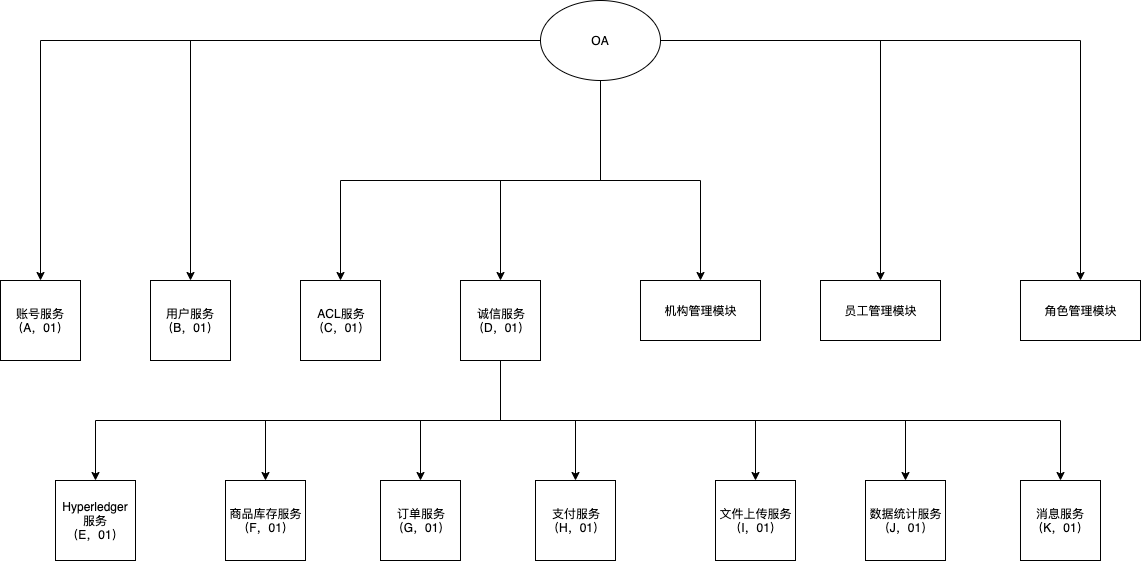
Earlier version of the draw.io export docs/credit/imgs/service.png (evildoerX/hyperledger-credit). Source tidied: cells renumbered, new cells last; positions are measured from the earlier drawing's top-left corner, leaving out a move shared by most shapes. The source it was exported from:
```xml
<mxGraphModel>
  <root>
    <mxCell id="0" />
    <mxCell id="1" parent="0" />
    <mxCell id="2" style="edgeStyle=orthogonalEdgeStyle;rounded=0;jettySize=auto;html=1;exitX=0;exitY=0.5;exitDx=0;exitDy=0;entryX=0.5;entryY=0;entryDx=0;entryDy=0;" parent="1" edge="1" source="9" target="10">
      <mxGeometry relative="1" as="geometry" />
    </mxCell>
    <mxCell id="3" style="edgeStyle=orthogonalEdgeStyle;rounded=0;jettySize=auto;html=1;exitX=0;exitY=0.5;exitDx=0;exitDy=0;entryX=0.5;entryY=0;entryDx=0;entryDy=0;" parent="1" edge="1" source="9" target="11">
      <mxGeometry relative="1" as="geometry" />
    </mxCell>
    <mxCell id="4" style="edgeStyle=orthogonalEdgeStyle;rounded=0;jettySize=auto;html=1;exitX=0.5;exitY=1;exitDx=0;exitDy=0;" parent="1" edge="1" source="9" target="13">
      <mxGeometry relative="1" as="geometry" />
    </mxCell>
    <mxCell id="5" style="edgeStyle=orthogonalEdgeStyle;rounded=0;jettySize=auto;html=1;exitX=1;exitY=0.5;exitDx=0;exitDy=0;entryX=0.5;entryY=0;entryDx=0;entryDy=0;" parent="1" edge="1" source="9" target="14">
      <mxGeometry relative="1" as="geometry" />
    </mxCell>
    <mxCell id="6" style="edgeStyle=orthogonalEdgeStyle;rounded=0;jettySize=auto;html=1;exitX=1;exitY=0.5;exitDx=0;exitDy=0;" parent="1" edge="1" source="9" target="15">
      <mxGeometry relative="1" as="geometry" />
    </mxCell>
    <mxCell id="7" style="edgeStyle=orthogonalEdgeStyle;rounded=0;jettySize=auto;html=1;exitX=0.5;exitY=1;exitDx=0;exitDy=0;entryX=0.5;entryY=0;entryDx=0;entryDy=0;" parent="1" edge="1" source="9" target="12">
      <mxGeometry relative="1" as="geometry" />
    </mxCell>
    <mxCell id="8" style="edgeStyle=orthogonalEdgeStyle;rounded=0;jettySize=auto;html=1;exitX=0.5;exitY=1;exitDx=0;exitDy=0;" parent="1" edge="1" source="9" target="23">
      <mxGeometry relative="1" as="geometry" />
    </mxCell>
    <mxCell id="9" value="OA" style="ellipse;whiteSpace=wrap;html=1;" parent="1" vertex="1">
      <mxGeometry x="540" width="120" height="80" as="geometry" />
    </mxCell>
    <mxCell id="10" value="账号服务&lt;br&gt;（A，01）" style="whiteSpace=wrap;html=1;" parent="1" vertex="1">
      <mxGeometry y="280" width="80" height="80" as="geometry" />
    </mxCell>
    <mxCell id="11" value="用户服务&lt;br&gt;（B，01）" style="whiteSpace=wrap;html=1;" parent="1" vertex="1">
      <mxGeometry x="150" y="280" width="80" height="80" as="geometry" />
    </mxCell>
    <mxCell id="12" value="ACL服务&lt;br&gt;（C，01）" style="whiteSpace=wrap;html=1;" parent="1" vertex="1">
      <mxGeometry x="300" y="280" width="80" height="80" as="geometry" />
    </mxCell>
    <mxCell id="13" value="机构管理模块" style="rounded=0;whiteSpace=wrap;html=1;" parent="1" vertex="1">
      <mxGeometry x="640" y="280" width="120" height="60" as="geometry" />
    </mxCell>
    <mxCell id="14" value="员工管理模块" style="rounded=0;whiteSpace=wrap;html=1;" parent="1" vertex="1">
      <mxGeometry x="820" y="280" width="120" height="60" as="geometry" />
    </mxCell>
    <mxCell id="15" value="角色管理模块" style="rounded=0;whiteSpace=wrap;html=1;" parent="1" vertex="1">
      <mxGeometry x="1020" y="280" width="120" height="60" as="geometry" />
    </mxCell>
    <mxCell id="16" style="edgeStyle=orthogonalEdgeStyle;rounded=0;jettySize=auto;html=1;exitX=0.5;exitY=1;exitDx=0;exitDy=0;" parent="1" edge="1" source="23" target="24">
      <mxGeometry relative="1" as="geometry" />
    </mxCell>
    <mxCell id="17" style="edgeStyle=orthogonalEdgeStyle;rounded=0;jettySize=auto;html=1;exitX=0.5;exitY=1;exitDx=0;exitDy=0;" parent="1" edge="1" source="23" target="27">
      <mxGeometry relative="1" as="geometry" />
    </mxCell>
    <mxCell id="18" style="edgeStyle=orthogonalEdgeStyle;rounded=0;jettySize=auto;html=1;exitX=0.5;exitY=1;exitDx=0;exitDy=0;" parent="1" edge="1" source="23" target="28">
      <mxGeometry relative="1" as="geometry" />
    </mxCell>
    <mxCell id="19" style="edgeStyle=orthogonalEdgeStyle;rounded=0;jettySize=auto;html=1;exitX=0.5;exitY=1;exitDx=0;exitDy=0;" parent="1" edge="1" source="23" target="25">
      <mxGeometry relative="1" as="geometry" />
    </mxCell>
    <mxCell id="20" style="edgeStyle=orthogonalEdgeStyle;rounded=0;jettySize=auto;html=1;exitX=0.5;exitY=1;exitDx=0;exitDy=0;" parent="1" edge="1" source="23" target="26">
      <mxGeometry relative="1" as="geometry" />
    </mxCell>
    <mxCell id="21" style="edgeStyle=orthogonalEdgeStyle;rounded=0;jettySize=auto;html=1;exitX=0.5;exitY=1;exitDx=0;exitDy=0;" parent="1" edge="1" source="23" target="29">
      <mxGeometry relative="1" as="geometry" />
    </mxCell>
    <mxCell id="22" style="edgeStyle=orthogonalEdgeStyle;rounded=0;jettySize=auto;html=1;exitX=0.5;exitY=1;exitDx=0;exitDy=0;" parent="1" edge="1" source="23" target="30">
      <mxGeometry relative="1" as="geometry" />
    </mxCell>
    <mxCell id="23" value="诚信服务&lt;br&gt;（D，01）" style="whiteSpace=wrap;html=1;" parent="1" vertex="1">
      <mxGeometry x="460" y="280" width="80" height="80" as="geometry" />
    </mxCell>
    <mxCell id="24" value="Hyperledger服务&lt;br&gt;（E，01）" style="whiteSpace=wrap;html=1;" parent="1" vertex="1">
      <mxGeometry x="55" y="480" width="80" height="80" as="geometry" />
    </mxCell>
    <mxCell id="25" value="支付服务&lt;br&gt;（H，01）" style="whiteSpace=wrap;html=1;" parent="1" vertex="1">
      <mxGeometry x="535" y="480" width="80" height="80" as="geometry" />
    </mxCell>
    <mxCell id="26" value="文件上传服务&lt;br&gt;（I，01）" style="whiteSpace=wrap;html=1;" parent="1" vertex="1">
      <mxGeometry x="715" y="480" width="80" height="80" as="geometry" />
    </mxCell>
    <mxCell id="27" value="商品库存服务&lt;br&gt;（F，01）" style="whiteSpace=wrap;html=1;" parent="1" vertex="1">
      <mxGeometry x="225" y="480" width="80" height="80" as="geometry" />
    </mxCell>
    <mxCell id="28" value="订单服务&lt;br&gt;（G，01）" style="whiteSpace=wrap;html=1;" parent="1" vertex="1">
      <mxGeometry x="380" y="480" width="80" height="80" as="geometry" />
    </mxCell>
    <mxCell id="29" value="数据统计服务&lt;br&gt;（J，01）" style="whiteSpace=wrap;html=1;" parent="1" vertex="1">
      <mxGeometry x="865" y="480" width="80" height="80" as="geometry" />
    </mxCell>
    <mxCell id="30" value="消息服务&lt;br&gt;（K，01）" style="whiteSpace=wrap;html=1;" parent="1" vertex="1">
      <mxGeometry x="1020" y="480" width="80" height="80" as="geometry" />
    </mxCell>
  </root>
</mxGraphModel>
```
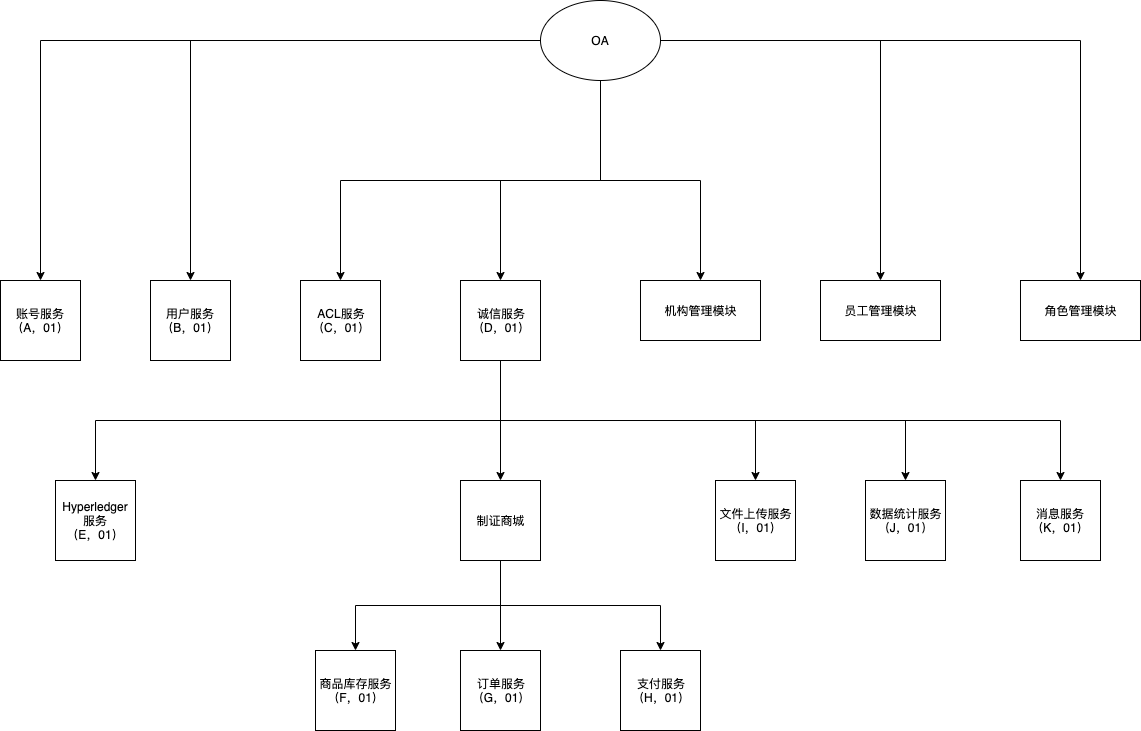
Above is the later version.

Commit message:
update 服务引用图

The edit, as a diff of the source:
```diff
@@ -47,13 +47,13 @@
     <mxCell id="16" style="edgeStyle=orthogonalEdgeStyle;rounded=0;jettySize=auto;html=1;exitX=0.5;exitY=1;exitDx=0;exitDy=0;" parent="1" edge="1" source="23" target="24">
       <mxGeometry relative="1" as="geometry" />
     </mxCell>
-    <mxCell id="17" style="edgeStyle=orthogonalEdgeStyle;rounded=0;jettySize=auto;html=1;exitX=0.5;exitY=1;exitDx=0;exitDy=0;" parent="1" edge="1" source="23" target="27">
+    <mxCell id="17" style="edgeStyle=orthogonalEdgeStyle;rounded=0;jettySize=auto;html=1;exitX=0.5;exitY=1;exitDx=0;exitDy=0;" parent="1" edge="1" source="32" target="27">
       <mxGeometry relative="1" as="geometry" />
     </mxCell>
-    <mxCell id="18" style="edgeStyle=orthogonalEdgeStyle;rounded=0;jettySize=auto;html=1;exitX=0.5;exitY=1;exitDx=0;exitDy=0;" parent="1" edge="1" source="23" target="28">
+    <mxCell id="18" style="edgeStyle=orthogonalEdgeStyle;rounded=0;jettySize=auto;html=1;exitX=0.5;exitY=1;exitDx=0;exitDy=0;" parent="1" edge="1" source="32" target="28">
       <mxGeometry relative="1" as="geometry" />
     </mxCell>
-    <mxCell id="19" style="edgeStyle=orthogonalEdgeStyle;rounded=0;jettySize=auto;html=1;exitX=0.5;exitY=1;exitDx=0;exitDy=0;" parent="1" edge="1" source="23" target="25">
+    <mxCell id="19" style="edgeStyle=orthogonalEdgeStyle;rounded=0;jettySize=auto;html=1;exitX=0.5;exitY=1;exitDx=0;exitDy=0;" parent="1" edge="1" source="32" target="25">
       <mxGeometry relative="1" as="geometry" />
     </mxCell>
     <mxCell id="20" style="edgeStyle=orthogonalEdgeStyle;rounded=0;jettySize=auto;html=1;exitX=0.5;exitY=1;exitDx=0;exitDy=0;" parent="1" edge="1" source="23" target="26">
@@ -65,6 +65,9 @@
     <mxCell id="22" style="edgeStyle=orthogonalEdgeStyle;rounded=0;jettySize=auto;html=1;exitX=0.5;exitY=1;exitDx=0;exitDy=0;" parent="1" edge="1" source="23" target="30">
       <mxGeometry relative="1" as="geometry" />
     </mxCell>
+    <mxCell id="31" style="edgeStyle=orthogonalEdgeStyle;rounded=0;jettySize=auto;html=1;exitX=0.5;exitY=1;exitDx=0;exitDy=0;" parent="1" edge="1" source="23" target="32">
+      <mxGeometry relative="1" as="geometry" />
+    </mxCell>
     <mxCell id="23" value="诚信服务&lt;br&gt;（D，01）" style="whiteSpace=wrap;html=1;" parent="1" vertex="1">
       <mxGeometry x="460" y="280" width="80" height="80" as="geometry" />
     </mxCell>
@@ -72,16 +75,16 @@
       <mxGeometry x="55" y="480" width="80" height="80" as="geometry" />
     </mxCell>
     <mxCell id="25" value="支付服务&lt;br&gt;（H，01）" style="whiteSpace=wrap;html=1;" parent="1" vertex="1">
-      <mxGeometry x="535" y="480" width="80" height="80" as="geometry" />
+      <mxGeometry x="620" y="650" width="80" height="80" as="geometry" />
     </mxCell>
     <mxCell id="26" value="文件上传服务&lt;br&gt;（I，01）" style="whiteSpace=wrap;html=1;" parent="1" vertex="1">
       <mxGeometry x="715" y="480" width="80" height="80" as="geometry" />
     </mxCell>
     <mxCell id="27" value="商品库存服务&lt;br&gt;（F，01）" style="whiteSpace=wrap;html=1;" parent="1" vertex="1">
-      <mxGeometry x="225" y="480" width="80" height="80" as="geometry" />
+      <mxGeometry x="315" y="650" width="80" height="80" as="geometry" />
     </mxCell>
     <mxCell id="28" value="订单服务&lt;br&gt;（G，01）" style="whiteSpace=wrap;html=1;" parent="1" vertex="1">
-      <mxGeometry x="380" y="480" width="80" height="80" as="geometry" />
+      <mxGeometry x="460" y="650" width="80" height="80" as="geometry" />
     </mxCell>
     <mxCell id="29" value="数据统计服务&lt;br&gt;（J，01）" style="whiteSpace=wrap;html=1;" parent="1" vertex="1">
       <mxGeometry x="865" y="480" width="80" height="80" as="geometry" />
@@ -89,5 +92,8 @@
     <mxCell id="30" value="消息服务&lt;br&gt;（K，01）" style="whiteSpace=wrap;html=1;" parent="1" vertex="1">
       <mxGeometry x="1020" y="480" width="80" height="80" as="geometry" />
     </mxCell>
+    <mxCell id="32" value="制证商城" style="whiteSpace=wrap;html=1;" parent="1" vertex="1">
+      <mxGeometry x="460" y="480" width="80" height="80" as="geometry" />
+    </mxCell>
   </root>
 </mxGraphModel>
```
